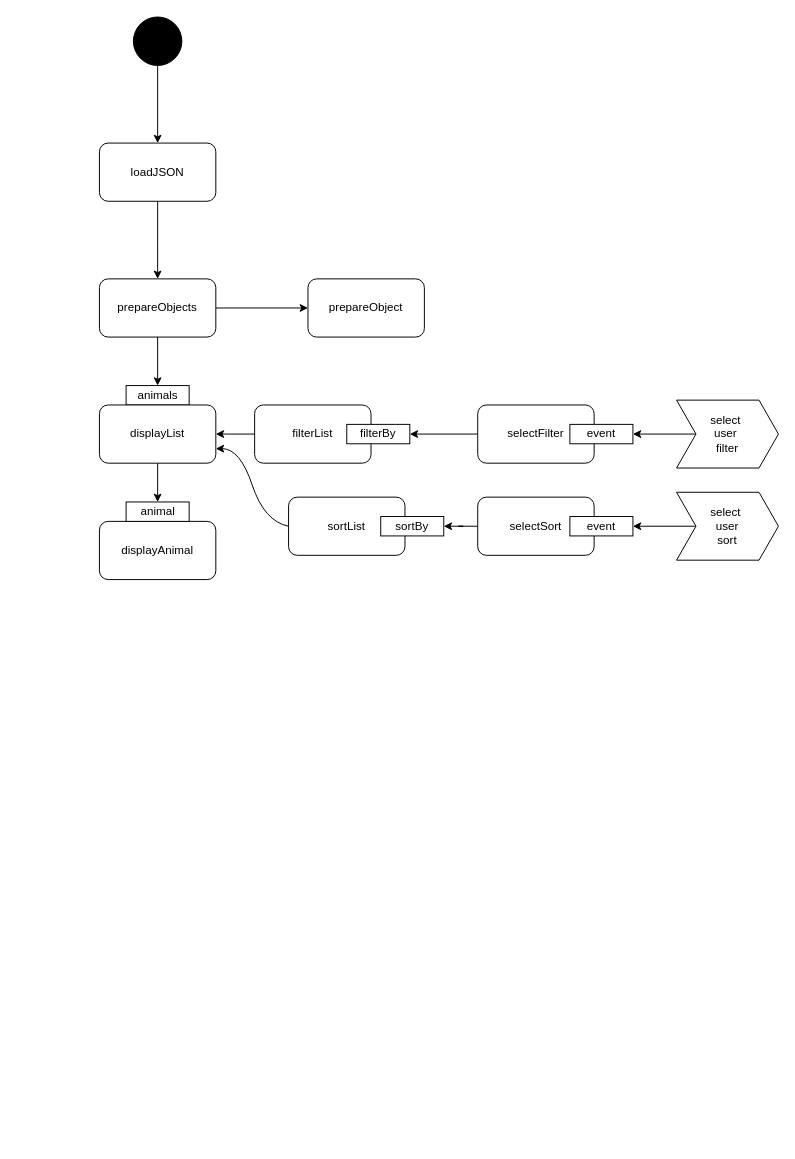
Before: animalbase_filtering/filter_and_sorting.drawio in TheFred94/exercises, a draw.io diagram. Source tidied: cells renumbered, new cells numbered last; positions are measured from the earlier drawing's top-left corner, leaving out a move shared by most shapes. Both pictures are drawn from the tidied source at 97%, with x=0, y=0 at pixel (99, 16).
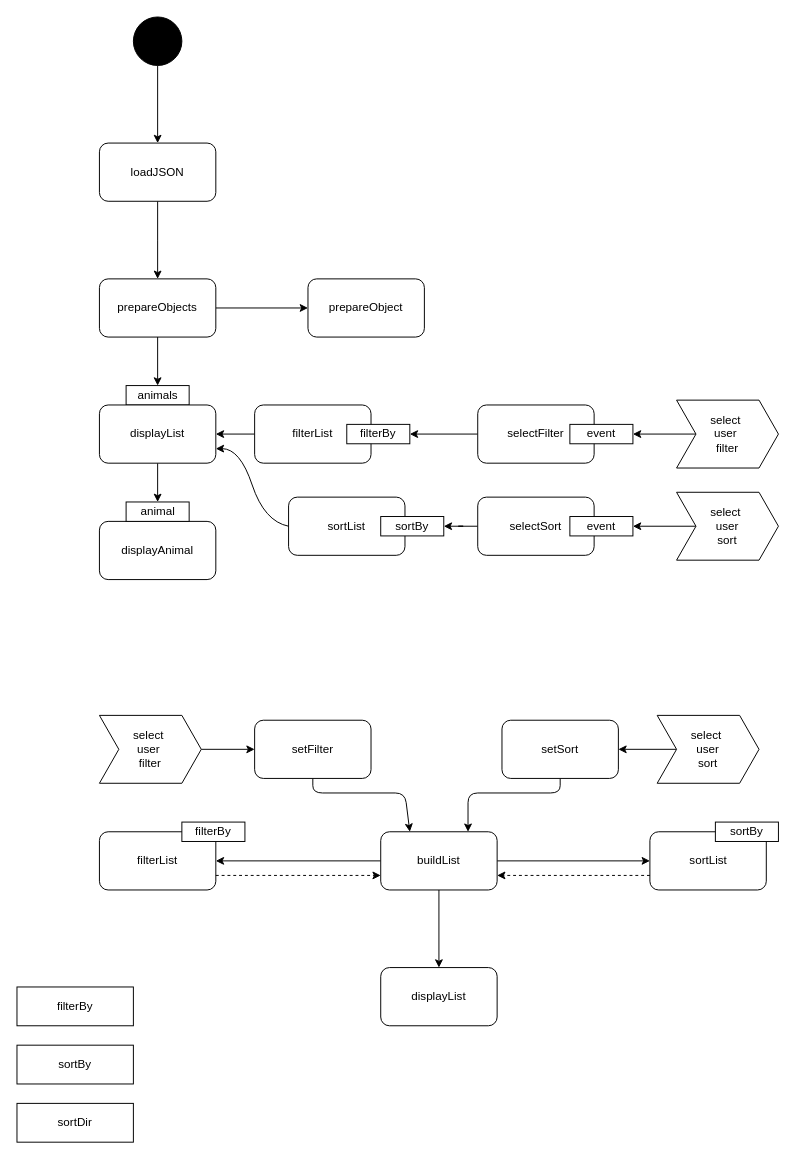
The same page after the edit.

Commit message (it also covers changes not shown here):
updated diagram and combination of filter and sort works

What changed in the source:
```diff
@@
+    <mxCell id="31" style="edgeStyle=none;html=1;" parent="1" edge="1" source="32" target="36">
+      <mxGeometry relative="1" as="geometry" />
+    </mxCell>
+    <mxCell id="32" value="select&amp;nbsp;&lt;br&gt;user&amp;nbsp;&lt;br&gt;filter&lt;br&gt;" style="shape=step;perimeter=stepPerimeter;whiteSpace=wrap;html=1;fixedSize=1;fillColor=#FFFFFF;" parent="1" vertex="1">
+      <mxGeometry y="720" width="105" height="70" as="geometry" />
+    </mxCell>
+    <mxCell id="33" style="edgeStyle=none;html=1;" parent="1" edge="1" source="34" target="38">
+      <mxGeometry relative="1" as="geometry" />
+    </mxCell>
+    <mxCell id="34" value="select&amp;nbsp;&lt;br&gt;user&lt;br&gt;sort&lt;br&gt;" style="shape=step;perimeter=stepPerimeter;whiteSpace=wrap;html=1;fixedSize=1;fillColor=#FFFFFF;" parent="1" vertex="1">
+      <mxGeometry x="575" y="720" width="105" height="70" as="geometry" />
+    </mxCell>
+    <mxCell id="35" style="edgeStyle=none;html=1;entryX=0.25;entryY=0;entryDx=0;entryDy=0;" parent="1" edge="1" source="36" target="42">
+      <mxGeometry relative="1" as="geometry">
+        <Array as="points">
+          <mxPoint x="220" y="800" />
+          <mxPoint x="315" y="800" />
+        </Array>
+      </mxGeometry>
+    </mxCell>
+    <mxCell id="36" value="setFilter" style="rounded=1;whiteSpace=wrap;html=1;fillColor=#FFFFFF;" parent="1" vertex="1">
+      <mxGeometry x="160" y="725" width="120" height="60" as="geometry" />
+    </mxCell>
+    <mxCell id="37" style="edgeStyle=none;html=1;entryX=0.75;entryY=0;entryDx=0;entryDy=0;" parent="1" edge="1" source="38" target="42">
+      <mxGeometry relative="1" as="geometry">
+        <Array as="points">
+          <mxPoint x="475" y="800" />
+          <mxPoint x="380" y="800" />
+        </Array>
+      </mxGeometry>
+    </mxCell>
+    <mxCell id="38" value="setSort" style="rounded=1;whiteSpace=wrap;html=1;fillColor=#FFFFFF;" parent="1" vertex="1">
+      <mxGeometry x="415" y="725" width="120" height="60" as="geometry" />
+    </mxCell>
+    <mxCell id="39" style="edgeStyle=none;html=1;entryX=1;entryY=0.5;entryDx=0;entryDy=0;exitX=0;exitY=0.5;exitDx=0;exitDy=0;" parent="1" edge="1" source="42" target="43">
+      <mxGeometry relative="1" as="geometry" />
+    </mxCell>
+    <mxCell id="40" style="edgeStyle=none;html=1;entryX=0;entryY=0.5;entryDx=0;entryDy=0;exitX=1;exitY=0.5;exitDx=0;exitDy=0;" parent="1" edge="1" source="42" target="45">
+      <mxGeometry relative="1" as="geometry" />
+    </mxCell>
+    <mxCell id="41" style="edgeStyle=none;html=1;" parent="1" edge="1" source="42" target="49">
+      <mxGeometry relative="1" as="geometry" />
+    </mxCell>
+    <mxCell id="42" value="buildList" style="rounded=1;whiteSpace=wrap;html=1;fillColor=#FFFFFF;" parent="1" vertex="1">
+      <mxGeometry x="290" y="840" width="120" height="60" as="geometry" />
+    </mxCell>
+    <mxCell id="43" value="filterList" style="rounded=1;whiteSpace=wrap;html=1;fillColor=#FFFFFF;" parent="1" vertex="1">
+      <mxGeometry y="840" width="120" height="60" as="geometry" />
+    </mxCell>
+    <mxCell id="44" value="filterBy" style="rounded=0;whiteSpace=wrap;html=1;fillColor=#FFFFFF;" parent="1" vertex="1">
+      <mxGeometry x="85" y="830" width="65" height="20" as="geometry" />
+    </mxCell>
+    <mxCell id="45" value="sortList" style="rounded=1;whiteSpace=wrap;html=1;fillColor=#FFFFFF;" parent="1" vertex="1">
+      <mxGeometry x="567.5" y="840" width="120" height="60" as="geometry" />
+    </mxCell>
+    <mxCell id="46" value="sortBy" style="rounded=0;whiteSpace=wrap;html=1;fillColor=#FFFFFF;" parent="1" vertex="1">
+      <mxGeometry x="635" y="830" width="65" height="20" as="geometry" />
+    </mxCell>
+    <mxCell id="47" style="html=1;labelBackgroundColor=#ffffff;startArrow=none;startFill=0;startSize=6;endArrow=classic;endFill=1;endSize=6;jettySize=auto;strokeWidth=1;dashed=1;fontSize=14;exitX=0;exitY=0.75;exitDx=0;exitDy=0;entryX=1;entryY=0.75;entryDx=0;entryDy=0;" parent="1" edge="1" source="45" target="42">
+      <mxGeometry relative="1" as="geometry" />
+    </mxCell>
+    <mxCell id="48" style="html=1;labelBackgroundColor=#ffffff;startArrow=none;startFill=0;startSize=6;endArrow=classic;endFill=1;endSize=6;jettySize=auto;strokeWidth=1;dashed=1;fontSize=14;exitX=1;exitY=0.75;exitDx=0;exitDy=0;entryX=0;entryY=0.75;entryDx=0;entryDy=0;" parent="1" edge="1" source="43" target="42">
+      <mxGeometry relative="1" as="geometry" />
+    </mxCell>
+    <mxCell id="49" value="displayList" style="rounded=1;whiteSpace=wrap;html=1;fillColor=#FFFFFF;" parent="1" vertex="1">
+      <mxGeometry x="290" y="980" width="120" height="60" as="geometry" />
+    </mxCell>
+    <mxCell id="50" value="filterBy" style="rounded=0;whiteSpace=wrap;html=1;" parent="1" vertex="1">
+      <mxGeometry x="-85" y="1000" width="120" height="40" as="geometry" />
+    </mxCell>
+    <mxCell id="51" value="sortBy" style="rounded=0;whiteSpace=wrap;html=1;" parent="1" vertex="1">
+      <mxGeometry x="-85" y="1060" width="120" height="40" as="geometry" />
+    </mxCell>
+    <mxCell id="52" value="sortDir" style="rounded=0;whiteSpace=wrap;html=1;" parent="1" vertex="1">
+      <mxGeometry x="-85" y="1120" width="120" height="40" as="geometry" />
+    </mxCell>
```
